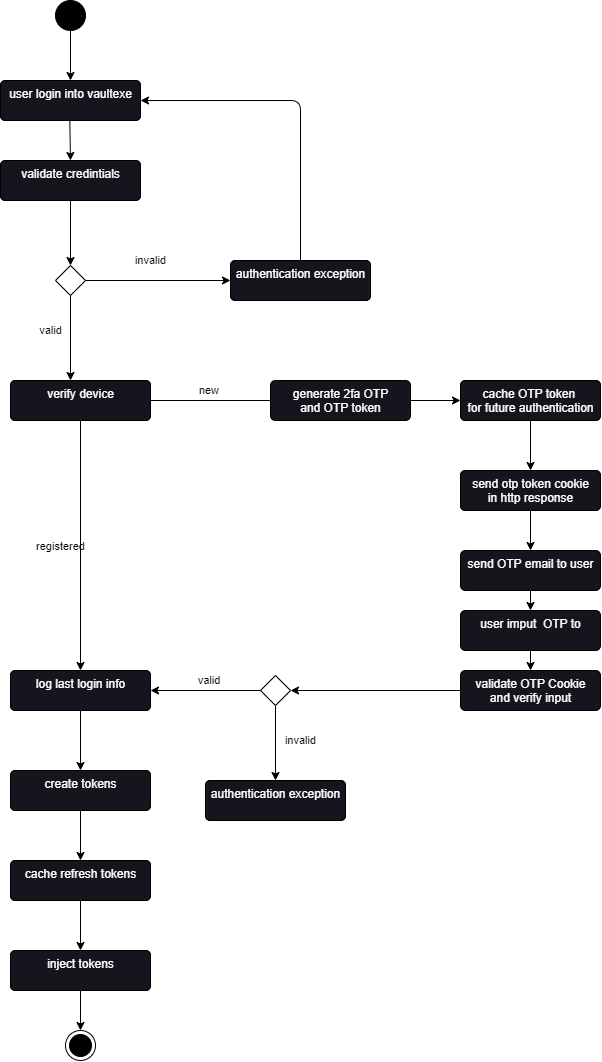
This is sequence/login.drawio.png from Vaultexe/diagrams, a draw.io export, as it was before one commit. Source tidied: cells renumbered, new cells last; positions are measured from the earlier drawing's top-left corner, leaving out a move shared by most shapes. The source it was exported from:
```xml
<mxGraphModel>
  <root>
    <mxCell id="0" />
    <mxCell id="1" parent="0" />
    <mxCell id="2" style="edgeStyle=none;html=1;entryX=0.5;entryY=0;entryDx=0;entryDy=0;fontColor=#FFFFFF;" parent="1" edge="1" source="3" target="4">
      <mxGeometry relative="1" as="geometry" />
    </mxCell>
    <mxCell id="3" style="ellipse;fillColor=strokeColor;" parent="1" vertex="1">
      <mxGeometry x="55" width="30" height="30" as="geometry" />
    </mxCell>
    <mxCell id="4" value="user login into vaultexe" style="html=1;align=center;verticalAlign=top;rounded=1;absoluteArcSize=1;arcSize=10;dashed=0;fontColor=#FFFFFF;" parent="1" vertex="1">
      <mxGeometry y="80" width="140" height="40" as="geometry" />
    </mxCell>
    <mxCell id="5" value="invalid" style="edgeStyle=none;html=1;entryX=0;entryY=0.5;entryDx=0;entryDy=0;fontColor=#000000;labelBackgroundColor=none;" parent="1" edge="1" source="7" target="9">
      <mxGeometry x="-0.1" y="20" relative="1" as="geometry">
        <mxPoint x="-1" as="offset" />
      </mxGeometry>
    </mxCell>
    <mxCell id="6" value="valid" style="edgeStyle=none;html=1;fontColor=#000000;labelBackgroundColor=none;" parent="1" edge="1" source="7">
      <mxGeometry x="-0.18" y="-20" relative="1" as="geometry">
        <mxPoint x="70" y="380" as="targetPoint" />
        <mxPoint y="1" as="offset" />
      </mxGeometry>
    </mxCell>
    <mxCell id="7" style="rhombus;fontColor=#FFFFFF;" parent="1" vertex="1">
      <mxGeometry x="55" y="265" width="30" height="30" as="geometry" />
    </mxCell>
    <mxCell id="8" style="edgeStyle=none;html=1;entryX=1;entryY=0.5;entryDx=0;entryDy=0;fontColor=#FFFFFF;" parent="1" edge="1" source="9" target="4">
      <mxGeometry relative="1" as="geometry">
        <Array as="points">
          <mxPoint x="300" y="100" />
        </Array>
      </mxGeometry>
    </mxCell>
    <mxCell id="9" value="authentication exception" style="html=1;align=center;verticalAlign=top;rounded=1;absoluteArcSize=1;arcSize=10;dashed=0;fontColor=#FFFFFF;" parent="1" vertex="1">
      <mxGeometry x="230" y="260" width="140" height="40" as="geometry" />
    </mxCell>
    <mxCell id="10" value="validate credintials" style="html=1;align=center;verticalAlign=top;rounded=1;absoluteArcSize=1;arcSize=10;dashed=0;fontColor=#FFFFFF;" parent="1" vertex="1">
      <mxGeometry y="160" width="140" height="40" as="geometry" />
    </mxCell>
    <mxCell id="11" style="edgeStyle=none;html=1;fontColor=#FFFFFF;" parent="1" edge="1">
      <mxGeometry relative="1" as="geometry">
        <mxPoint x="69.3" y="120" as="sourcePoint" />
        <mxPoint x="70" y="160" as="targetPoint" />
      </mxGeometry>
    </mxCell>
    <mxCell id="12" style="edgeStyle=none;html=1;entryX=0.5;entryY=0;entryDx=0;entryDy=0;fontColor=#FFFFFF;exitX=0.5;exitY=1;exitDx=0;exitDy=0;" parent="1" edge="1" source="10" target="7">
      <mxGeometry relative="1" as="geometry" />
    </mxCell>
    <mxCell id="13" value="new&amp;nbsp;" style="edgeStyle=none;html=1;fontColor=#000000;labelBackgroundColor=none;" parent="1" edge="1" source="15">
      <mxGeometry x="-0.08" y="10" relative="1" as="geometry">
        <mxPoint x="280" y="400" as="targetPoint" />
      </mxGeometry>
    </mxCell>
    <mxCell id="14" value="registered" style="edgeStyle=none;html=1;fontColor=#000000;entryX=0.5;entryY=0;entryDx=0;entryDy=0;labelBackgroundColor=none;" parent="1" edge="1" source="15" target="18">
      <mxGeometry y="-20" relative="1" as="geometry" />
    </mxCell>
    <mxCell id="15" value="verify device&amp;nbsp;" style="html=1;align=center;verticalAlign=top;rounded=1;absoluteArcSize=1;arcSize=10;dashed=0;fontColor=#FFFFFF;" parent="1" vertex="1">
      <mxGeometry x="10" y="380" width="140" height="40" as="geometry" />
    </mxCell>
    <mxCell id="16" style="edgeStyle=none;html=1;entryX=0;entryY=0.5;entryDx=0;entryDy=0;fontColor=#FFFFFF;" parent="1" edge="1" target="27">
      <mxGeometry relative="1" as="geometry">
        <mxPoint x="410" y="400" as="sourcePoint" />
      </mxGeometry>
    </mxCell>
    <mxCell id="17" style="edgeStyle=none;html=1;fontColor=#FFFFFF;" parent="1" edge="1" source="18" target="19">
      <mxGeometry relative="1" as="geometry" />
    </mxCell>
    <mxCell id="18" value="log last log in info&amp;nbsp;" style="html=1;align=center;verticalAlign=top;rounded=1;absoluteArcSize=1;arcSize=10;dashed=0;fontColor=#FFFFFF;" parent="1" vertex="1">
      <mxGeometry x="10" y="670" width="140" height="40" as="geometry" />
    </mxCell>
    <mxCell id="19" value="create tokens" style="html=1;align=center;verticalAlign=top;rounded=1;absoluteArcSize=1;arcSize=10;dashed=0;fontColor=#FFFFFF;" parent="1" vertex="1">
      <mxGeometry x="10" y="770" width="140" height="40" as="geometry" />
    </mxCell>
    <mxCell id="20" style="edgeStyle=none;html=1;fontColor=#FFFFFF;" parent="1" edge="1" target="21">
      <mxGeometry relative="1" as="geometry">
        <mxPoint x="80" y="810" as="sourcePoint" />
      </mxGeometry>
    </mxCell>
    <mxCell id="21" value="cache refresh tokens" style="html=1;align=center;verticalAlign=top;rounded=1;absoluteArcSize=1;arcSize=10;dashed=0;fontColor=#FFFFFF;" parent="1" vertex="1">
      <mxGeometry x="10" y="860" width="140" height="40" as="geometry" />
    </mxCell>
    <mxCell id="22" style="edgeStyle=none;html=1;fontColor=#FFFFFF;" parent="1" edge="1" target="24">
      <mxGeometry relative="1" as="geometry">
        <mxPoint x="80" y="900" as="sourcePoint" />
      </mxGeometry>
    </mxCell>
    <mxCell id="23" style="edgeStyle=none;html=1;fontColor=#FFFFFF;" parent="1" edge="1" source="24">
      <mxGeometry relative="1" as="geometry">
        <mxPoint x="80" y="1030" as="targetPoint" />
      </mxGeometry>
    </mxCell>
    <mxCell id="24" value="inject tokens" style="html=1;align=center;verticalAlign=top;rounded=1;absoluteArcSize=1;arcSize=10;dashed=0;fontColor=#FFFFFF;" parent="1" vertex="1">
      <mxGeometry x="10" y="950" width="140" height="40" as="geometry" />
    </mxCell>
    <mxCell id="25" style="ellipse;html=1;shape=endState;fillColor=strokeColor;fontColor=#FFFFFF;" parent="1" vertex="1">
      <mxGeometry x="65" y="1030" width="30" height="30" as="geometry" />
    </mxCell>
    <mxCell id="26" style="edgeStyle=none;html=1;entryX=0.5;entryY=0;entryDx=0;entryDy=0;fontColor=#FFFFFF;" parent="1" edge="1" source="27" target="29">
      <mxGeometry relative="1" as="geometry" />
    </mxCell>
    <mxCell id="27" value="cache OTP token&amp;nbsp;&lt;br&gt;for future authentication" style="html=1;align=center;verticalAlign=top;rounded=1;absoluteArcSize=1;arcSize=10;dashed=0;fontColor=#FFFFFF;" parent="1" vertex="1">
      <mxGeometry x="460" y="380" width="140" height="40" as="geometry" />
    </mxCell>
    <mxCell id="28" style="edgeStyle=none;html=1;fontColor=#FFFFFF;" parent="1" edge="1" source="29" target="31">
      <mxGeometry relative="1" as="geometry" />
    </mxCell>
    <mxCell id="29" value="send otp token cookie&lt;br&gt;in http response" style="html=1;align=center;verticalAlign=top;rounded=1;absoluteArcSize=1;arcSize=10;dashed=0;fontColor=#FFFFFF;labelBackgroundColor=default;" parent="1" vertex="1">
      <mxGeometry x="460" y="470" width="140" height="40" as="geometry" />
    </mxCell>
    <mxCell id="30" style="edgeStyle=none;html=1;fontColor=#FFFFFF;" parent="1" edge="1" source="31" target="33">
      <mxGeometry relative="1" as="geometry" />
    </mxCell>
    <mxCell id="31" value="send OTP email to user" style="html=1;align=center;verticalAlign=top;rounded=1;absoluteArcSize=1;arcSize=10;dashed=0;fontColor=#FFFFFF;fillColor=rgb(24, 20, 29);" parent="1" vertex="1">
      <mxGeometry x="460" y="550" width="140" height="40" as="geometry" />
    </mxCell>
    <mxCell id="32" style="edgeStyle=none;html=1;fontColor=#FFFFFF;" parent="1" edge="1" source="33" target="35">
      <mxGeometry relative="1" as="geometry" />
    </mxCell>
    <mxCell id="33" value="user imput&amp;nbsp; OTP to" style="html=1;align=center;verticalAlign=top;rounded=1;absoluteArcSize=1;arcSize=10;dashed=0;fontColor=#FFFFFF;fillColor=rgb(24, 20, 29);" parent="1" vertex="1">
      <mxGeometry x="460" y="610" width="140" height="40" as="geometry" />
    </mxCell>
    <mxCell id="34" style="edgeStyle=none;html=1;entryX=1;entryY=0.5;entryDx=0;entryDy=0;fontColor=#FFFFFF;" parent="1" edge="1" source="35" target="38">
      <mxGeometry relative="1" as="geometry" />
    </mxCell>
    <mxCell id="35" value="validate OTP Cookie &lt;br&gt;and verify input" style="html=1;align=center;verticalAlign=top;rounded=1;absoluteArcSize=1;arcSize=10;dashed=0;fontColor=#FFFFFF;fillColor=rgb(24, 20, 29);" parent="1" vertex="1">
      <mxGeometry x="460" y="670" width="140" height="40" as="geometry" />
    </mxCell>
    <mxCell id="36" value="valid&amp;nbsp;" style="edgeStyle=none;html=1;entryX=1;entryY=0.5;entryDx=0;entryDy=0;fontColor=#000000;labelBackgroundColor=none;" parent="1" edge="1" source="38" target="18">
      <mxGeometry x="-0.09" y="-10" relative="1" as="geometry" />
    </mxCell>
    <mxCell id="37" value="invalid" style="edgeStyle=none;html=1;fontColor=#000000;labelBackgroundColor=none;" parent="1" edge="1" source="38" target="39">
      <mxGeometry x="-0.07" y="25" relative="1" as="geometry">
        <mxPoint y="1" as="offset" />
      </mxGeometry>
    </mxCell>
    <mxCell id="38" style="rhombus;fontColor=#FFFFFF;" parent="1" vertex="1">
      <mxGeometry x="260" y="675" width="30" height="30" as="geometry" />
    </mxCell>
    <mxCell id="39" value="authentication exception" style="html=1;align=center;verticalAlign=top;rounded=1;absoluteArcSize=1;arcSize=10;dashed=0;fontColor=#FFFFFF;" parent="1" vertex="1">
      <mxGeometry x="205" y="780" width="140" height="40" as="geometry" />
    </mxCell>
    <mxCell id="40" value="&lt;div&gt;generate 2fa OTP&lt;/div&gt;&lt;div&gt;and OTP token&lt;/div&gt;" style="html=1;align=center;verticalAlign=top;rounded=1;absoluteArcSize=1;arcSize=10;dashed=0;fontColor=#FFFFFF;fillColor=rgb(24, 20, 29);" parent="1" vertex="1">
      <mxGeometry x="270" y="380" width="140" height="40" as="geometry" />
    </mxCell>
    <mxCell id="41" value="&lt;div&gt;send otp token cookie&lt;/div&gt;&lt;div&gt;in http response&lt;/div&gt;" style="html=1;align=center;verticalAlign=top;rounded=1;absoluteArcSize=1;arcSize=10;dashed=0;fontColor=#FFFFFF;fillColor=rgb(24, 20, 29);" parent="1" vertex="1">
      <mxGeometry x="460" y="470" width="140" height="40" as="geometry" />
    </mxCell>
    <mxCell id="42" value="cache OTP token &#10;for future authentication" style="html=1;align=center;verticalAlign=top;rounded=1;absoluteArcSize=1;arcSize=10;dashed=0;fontColor=#FFFFFF;fillColor=rgb(24, 20, 29);" parent="1" vertex="1">
      <mxGeometry x="460" y="380" width="140" height="40" as="geometry" />
    </mxCell>
    <mxCell id="43" value="verify device" style="html=1;align=center;verticalAlign=top;rounded=1;absoluteArcSize=1;arcSize=10;dashed=0;fontColor=#FFFFFF;fillColor=rgb(24, 20, 29);" parent="1" vertex="1">
      <mxGeometry x="10" y="380" width="140" height="40" as="geometry" />
    </mxCell>
    <mxCell id="44" value="authentication exception" style="html=1;align=center;verticalAlign=top;rounded=1;absoluteArcSize=1;arcSize=10;dashed=0;fontColor=#FFFFFF;fillColor=rgb(24, 20, 29);" parent="1" vertex="1">
      <mxGeometry x="230" y="260" width="140" height="40" as="geometry" />
    </mxCell>
    <mxCell id="45" value="validate credintials" style="html=1;align=center;verticalAlign=top;rounded=1;absoluteArcSize=1;arcSize=10;dashed=0;fontColor=#FFFFFF;fillColor=rgb(24, 20, 29);" parent="1" vertex="1">
      <mxGeometry y="160" width="140" height="40" as="geometry" />
    </mxCell>
    <mxCell id="46" value="user login into vaultexe" style="html=1;align=center;verticalAlign=top;rounded=1;absoluteArcSize=1;arcSize=10;dashed=0;fontColor=#FFFFFF;fillColor=rgb(24, 20, 29);" parent="1" vertex="1">
      <mxGeometry y="80" width="140" height="40" as="geometry" />
    </mxCell>
    <mxCell id="47" value="log last login info" style="html=1;align=center;verticalAlign=top;rounded=1;absoluteArcSize=1;arcSize=10;dashed=0;fontColor=#FFFFFF;fillColor=rgb(24, 20, 29);" parent="1" vertex="1">
      <mxGeometry x="10" y="670" width="140" height="40" as="geometry" />
    </mxCell>
    <mxCell id="48" value="create tokens" style="html=1;align=center;verticalAlign=top;rounded=1;absoluteArcSize=1;arcSize=10;dashed=0;fontColor=#FFFFFF;fillColor=rgb(24, 20, 29);" parent="1" vertex="1">
      <mxGeometry x="10" y="770" width="140" height="40" as="geometry" />
    </mxCell>
    <mxCell id="49" value="cache refresh tokens" style="html=1;align=center;verticalAlign=top;rounded=1;absoluteArcSize=1;arcSize=10;dashed=0;fontColor=#FFFFFF;fillColor=rgb(24, 20, 29);" parent="1" vertex="1">
      <mxGeometry x="10" y="860" width="140" height="40" as="geometry" />
    </mxCell>
    <mxCell id="50" value="inject tokens" style="html=1;align=center;verticalAlign=top;rounded=1;absoluteArcSize=1;arcSize=10;dashed=0;fontColor=#FFFFFF;fillColor=rgb(24, 20, 29);" parent="1" vertex="1">
      <mxGeometry x="10" y="950" width="140" height="40" as="geometry" />
    </mxCell>
    <mxCell id="51" value="authentication exception" style="html=1;align=center;verticalAlign=top;rounded=1;absoluteArcSize=1;arcSize=10;dashed=0;fontColor=#FFFFFF;fillColor=rgb(24, 20, 29);" parent="1" vertex="1">
      <mxGeometry x="205" y="780" width="140" height="40" as="geometry" />
    </mxCell>
  </root>
</mxGraphModel>
```
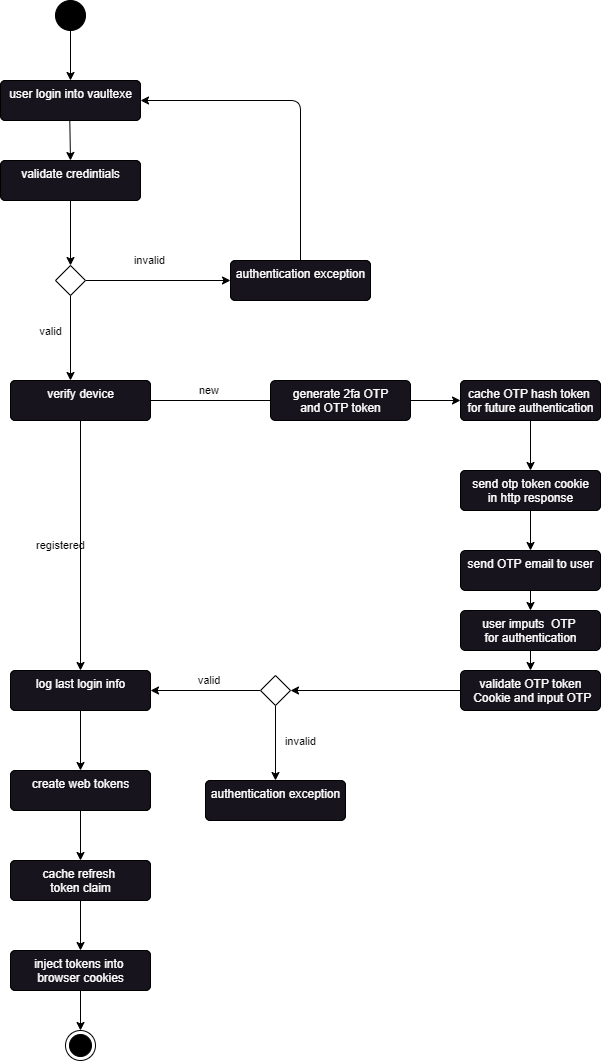
Later version of the same file.

Commit message:
fix login diagram

The edit, as a diff of the source:
```diff
@@ -117,13 +117,13 @@
     <mxCell id="32" style="edgeStyle=none;html=1;fontColor=#FFFFFF;" parent="1" edge="1" source="33" target="35">
       <mxGeometry relative="1" as="geometry" />
     </mxCell>
-    <mxCell id="33" value="user imput&amp;nbsp; OTP to" style="html=1;align=center;verticalAlign=top;rounded=1;absoluteArcSize=1;arcSize=10;dashed=0;fontColor=#FFFFFF;fillColor=rgb(24, 20, 29);" parent="1" vertex="1">
+    <mxCell id="33" value="user imputs&amp;nbsp; OTP&amp;nbsp;&lt;br&gt;for authentication" style="html=1;align=center;verticalAlign=top;rounded=1;absoluteArcSize=1;arcSize=10;dashed=0;fontColor=#FFFFFF;fillColor=rgb(24, 20, 29);" parent="1" vertex="1">
       <mxGeometry x="460" y="610" width="140" height="40" as="geometry" />
     </mxCell>
     <mxCell id="34" style="edgeStyle=none;html=1;entryX=1;entryY=0.5;entryDx=0;entryDy=0;fontColor=#FFFFFF;" parent="1" edge="1" source="35" target="38">
       <mxGeometry relative="1" as="geometry" />
     </mxCell>
-    <mxCell id="35" value="validate OTP Cookie &lt;br&gt;and verify input" style="html=1;align=center;verticalAlign=top;rounded=1;absoluteArcSize=1;arcSize=10;dashed=0;fontColor=#FFFFFF;fillColor=rgb(24, 20, 29);" parent="1" vertex="1">
+    <mxCell id="35" value="validate OTP token&lt;br&gt;&amp;nbsp;Cookie and input OTP" style="html=1;align=center;verticalAlign=top;rounded=1;absoluteArcSize=1;arcSize=10;dashed=0;fontColor=#FFFFFF;fillColor=rgb(24, 20, 29);" parent="1" vertex="1">
       <mxGeometry x="460" y="670" width="140" height="40" as="geometry" />
     </mxCell>
     <mxCell id="36" value="valid&amp;nbsp;" style="edgeStyle=none;html=1;entryX=1;entryY=0.5;entryDx=0;entryDy=0;fontColor=#000000;labelBackgroundColor=none;" parent="1" edge="1" source="38" target="18">
@@ -146,7 +146,7 @@
     <mxCell id="41" value="&lt;div&gt;send otp token cookie&lt;/div&gt;&lt;div&gt;in http response&lt;/div&gt;" style="html=1;align=center;verticalAlign=top;rounded=1;absoluteArcSize=1;arcSize=10;dashed=0;fontColor=#FFFFFF;fillColor=rgb(24, 20, 29);" parent="1" vertex="1">
       <mxGeometry x="460" y="470" width="140" height="40" as="geometry" />
     </mxCell>
-    <mxCell id="42" value="cache OTP token &#10;for future authentication" style="html=1;align=center;verticalAlign=top;rounded=1;absoluteArcSize=1;arcSize=10;dashed=0;fontColor=#FFFFFF;fillColor=rgb(24, 20, 29);" parent="1" vertex="1">
+    <mxCell id="42" value="cache OTP hash token&amp;nbsp;&lt;br&gt;for future authentication" style="html=1;align=center;verticalAlign=top;rounded=1;absoluteArcSize=1;arcSize=10;dashed=0;fontColor=#FFFFFF;fillColor=rgb(24, 20, 29);" parent="1" vertex="1">
       <mxGeometry x="460" y="380" width="140" height="40" as="geometry" />
     </mxCell>
     <mxCell id="43" value="verify device" style="html=1;align=center;verticalAlign=top;rounded=1;absoluteArcSize=1;arcSize=10;dashed=0;fontColor=#FFFFFF;fillColor=rgb(24, 20, 29);" parent="1" vertex="1">
@@ -164,13 +164,13 @@
     <mxCell id="47" value="log last login info" style="html=1;align=center;verticalAlign=top;rounded=1;absoluteArcSize=1;arcSize=10;dashed=0;fontColor=#FFFFFF;fillColor=rgb(24, 20, 29);" parent="1" vertex="1">
       <mxGeometry x="10" y="670" width="140" height="40" as="geometry" />
     </mxCell>
-    <mxCell id="48" value="create tokens" style="html=1;align=center;verticalAlign=top;rounded=1;absoluteArcSize=1;arcSize=10;dashed=0;fontColor=#FFFFFF;fillColor=rgb(24, 20, 29);" parent="1" vertex="1">
+    <mxCell id="48" value="create web tokens" style="html=1;align=center;verticalAlign=top;rounded=1;absoluteArcSize=1;arcSize=10;dashed=0;fontColor=#FFFFFF;fillColor=rgb(24, 20, 29);" parent="1" vertex="1">
       <mxGeometry x="10" y="770" width="140" height="40" as="geometry" />
     </mxCell>
-    <mxCell id="49" value="cache refresh tokens" style="html=1;align=center;verticalAlign=top;rounded=1;absoluteArcSize=1;arcSize=10;dashed=0;fontColor=#FFFFFF;fillColor=rgb(24, 20, 29);" parent="1" vertex="1">
+    <mxCell id="49" value="cache refresh&amp;nbsp;&lt;br&gt;token claim" style="html=1;align=center;verticalAlign=top;rounded=1;absoluteArcSize=1;arcSize=10;dashed=0;fontColor=#FFFFFF;fillColor=rgb(24, 20, 29);" parent="1" vertex="1">
       <mxGeometry x="10" y="860" width="140" height="40" as="geometry" />
     </mxCell>
-    <mxCell id="50" value="inject tokens" style="html=1;align=center;verticalAlign=top;rounded=1;absoluteArcSize=1;arcSize=10;dashed=0;fontColor=#FFFFFF;fillColor=rgb(24, 20, 29);" parent="1" vertex="1">
+    <mxCell id="50" value="inject tokens into&amp;nbsp;&lt;br&gt;browser cookies" style="html=1;align=center;verticalAlign=top;rounded=1;absoluteArcSize=1;arcSize=10;dashed=0;fontColor=#FFFFFF;fillColor=rgb(24, 20, 29);" parent="1" vertex="1">
       <mxGeometry x="10" y="950" width="140" height="40" as="geometry" />
     </mxCell>
     <mxCell id="51" value="authentication exception" style="html=1;align=center;verticalAlign=top;rounded=1;absoluteArcSize=1;arcSize=10;dashed=0;fontColor=#FFFFFF;fillColor=rgb(24, 20, 29);" parent="1" vertex="1">
```
